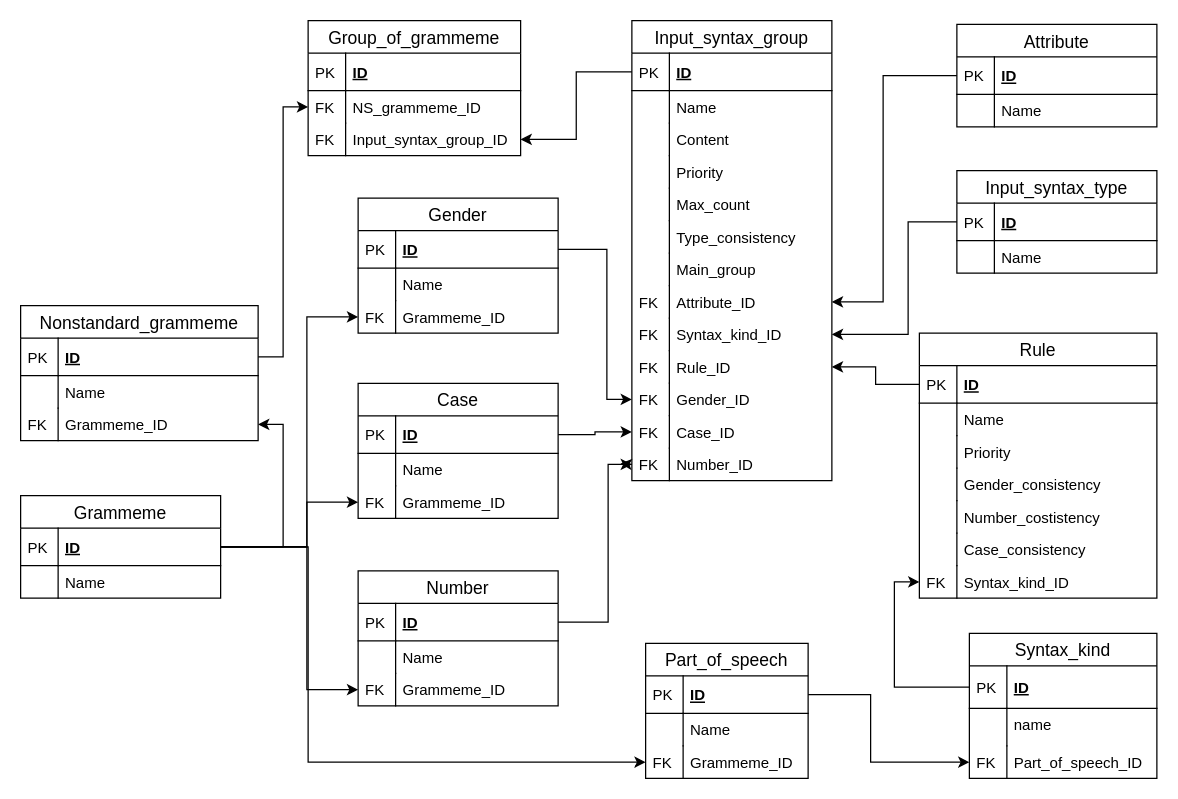
DMfananddu/Diploma keeps this draw.io diagram as Datalogical.drawio. Above is the earlier version. Source tidied: cells renumbered, new cells numbered last; positions are measured from the earlier drawing's top-left corner, leaving out a move shared by most shapes. Both pictures are drawn from the tidied source at 125%, with x=0, y=0 at pixel (20, 20).
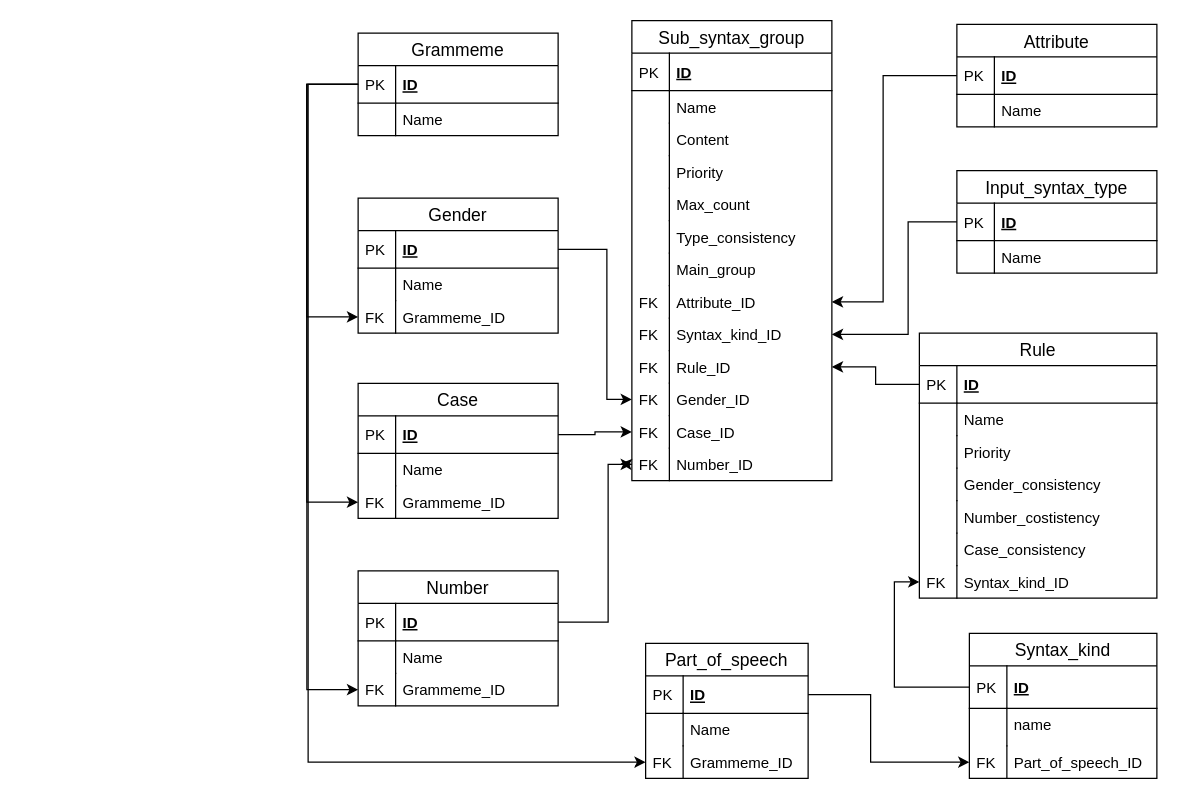
The same diagram, later.

Unchanged cells that the change refers to:
```xml
<mxCell id="19" value="ID" style="shape=partialRectangle;top=0;left=0;right=0;bottom=1;align=left;verticalAlign=middle;fillColor=none;spacingLeft=34;spacingRight=4;overflow=hidden;points=[[0,0.5],[1,0.5]];portConstraint=eastwest;fontStyle=5;fontSize=12;" parent="18" vertex="1">
  <mxGeometry y="26" width="160" height="30" as="geometry" />
</mxCell>
<mxCell id="60" value="Grammeme_ID" style="shape=partialRectangle;top=0;left=0;right=0;bottom=0;align=left;verticalAlign=top;fillColor=none;spacingLeft=34;spacingRight=4;overflow=hidden;points=[[0,0.5],[1,0.5]];portConstraint=eastwest;fontSize=12;" parent="55" vertex="1">
  <mxGeometry y="82" width="160" height="26" as="geometry" />
</mxCell>
<mxCell id="89" value="Grammeme_ID" style="shape=partialRectangle;top=0;left=0;right=0;bottom=0;align=left;verticalAlign=top;fillColor=none;spacingLeft=34;spacingRight=4;overflow=hidden;points=[[0,0.5],[1,0.5]];portConstraint=eastwest;fontSize=12;" parent="84" vertex="1">
  <mxGeometry y="82" width="160" height="26" as="geometry" />
</mxCell>
<mxCell id="96" value="Grammeme_ID" style="shape=partialRectangle;top=0;left=0;right=0;bottom=0;align=left;verticalAlign=top;fillColor=none;spacingLeft=34;spacingRight=4;overflow=hidden;points=[[0,0.5],[1,0.5]];portConstraint=eastwest;fontSize=12;" parent="91" vertex="1">
  <mxGeometry y="82" width="160" height="26" as="geometry" />
</mxCell>
<mxCell id="122" value="Grammeme_ID" style="shape=partialRectangle;top=0;left=0;right=0;bottom=0;align=left;verticalAlign=top;fillColor=none;spacingLeft=34;spacingRight=4;overflow=hidden;points=[[0,0.5],[1,0.5]];portConstraint=eastwest;fontSize=12;" parent="117" vertex="1">
  <mxGeometry y="82" width="130" height="26" as="geometry" />
</mxCell>
```

Change to the diagram source:
```diff
@@
-    <mxCell id="4" style="edgeStyle=orthogonalEdgeStyle;rounded=0;jettySize=auto;html=1;exitX=1;exitY=0.5;exitDx=0;exitDy=0;entryX=0;entryY=0.5;entryDx=0;entryDy=0;" parent="1" edge="1" source="106" target="96">
+    <mxCell id="4" style="edgeStyle=orthogonalEdgeStyle;rounded=0;jettySize=auto;html=1;exitX=0;exitY=0.5;exitDx=0;exitDy=0;entryX=0;entryY=0.5;entryDx=0;entryDy=0;" parent="1" edge="1" source="106" target="96">
       <mxGeometry relative="1" as="geometry">
         <Array as="points">
-          <mxPoint x="229" y="421.2" />
-          <mxPoint x="229" y="237.2" />
+          <mxPoint x="229" y="51" />
+          <mxPoint x="229" y="237" />
         </Array>
       </mxGeometry>
     </mxCell>
-    <mxCell id="5" style="edgeStyle=orthogonalEdgeStyle;rounded=0;jettySize=auto;html=1;exitX=1;exitY=0.5;exitDx=0;exitDy=0;entryX=0;entryY=0.5;entryDx=0;entryDy=0;" parent="1" edge="1" source="106" target="60">
+    <mxCell id="5" style="edgeStyle=orthogonalEdgeStyle;rounded=0;jettySize=auto;html=1;entryX=0;entryY=0.5;entryDx=0;entryDy=0;exitX=0;exitY=0.5;exitDx=0;exitDy=0;" parent="1" edge="1" source="106" target="60">
       <mxGeometry relative="1" as="geometry">
         <Array as="points">
-          <mxPoint x="229" y="421.2" />
-          <mxPoint x="229" y="385.2" />
+          <mxPoint x="229" y="51" />
+          <mxPoint x="229" y="385" />
         </Array>
       </mxGeometry>
     </mxCell>
-    <mxCell id="6" style="edgeStyle=orthogonalEdgeStyle;rounded=0;jettySize=auto;html=1;exitX=1;exitY=0.5;exitDx=0;exitDy=0;entryX=0;entryY=0.5;entryDx=0;entryDy=0;" parent="1" edge="1" source="106" target="89">
+    <mxCell id="6" style="edgeStyle=orthogonalEdgeStyle;rounded=0;jettySize=auto;html=1;entryX=0;entryY=0.5;entryDx=0;entryDy=0;exitX=0;exitY=0.5;exitDx=0;exitDy=0;" parent="1" edge="1" source="106" target="89">
       <mxGeometry relative="1" as="geometry">
         <Array as="points">
-          <mxPoint x="229" y="421.2" />
-          <mxPoint x="229" y="535.2" />
+          <mxPoint x="229" y="51" />
+          <mxPoint x="229" y="535" />
         </Array>
       </mxGeometry>
     </mxCell>
-    <mxCell id="7" style="edgeStyle=orthogonalEdgeStyle;rounded=0;jettySize=auto;html=1;exitX=1;exitY=0.5;exitDx=0;exitDy=0;entryX=1;entryY=0.5;entryDx=0;entryDy=0;" parent="1" edge="1" source="106" target="103">
-      <mxGeometry relative="1" as="geometry" />
-    </mxCell>
-    <mxCell id="8" style="edgeStyle=orthogonalEdgeStyle;rounded=0;jettySize=auto;html=1;exitX=1;exitY=0.5;exitDx=0;exitDy=0;entryX=0;entryY=0.5;entryDx=0;entryDy=0;" parent="1" edge="1" source="99" target="113">
-      <mxGeometry relative="1" as="geometry" />
-    </mxCell>
-    <mxCell id="9" style="edgeStyle=orthogonalEdgeStyle;rounded=0;jettySize=auto;html=1;exitX=1;exitY=0.5;exitDx=0;exitDy=0;entryX=0;entryY=0.5;entryDx=0;entryDy=0;" parent="1" edge="1" source="106" target="122">
+    <mxCell id="9" style="edgeStyle=orthogonalEdgeStyle;rounded=0;jettySize=auto;html=1;entryX=0;entryY=0.5;entryDx=0;entryDy=0;exitX=0;exitY=0.5;exitDx=0;exitDy=0;" parent="1" edge="1" source="106" target="122">
       <mxGeometry relative="1" as="geometry">
         <Array as="points">
-          <mxPoint x="230" y="421.2" />
-          <mxPoint x="230" y="593.2" />
+          <mxPoint x="230" y="51" />
+          <mxPoint x="230" y="593" />
         </Array>
       </mxGeometry>
     </mxCell>
@@
-    <mxCell id="17" style="edgeStyle=orthogonalEdgeStyle;rounded=0;jettySize=auto;html=1;exitX=0;exitY=0.5;exitDx=0;exitDy=0;entryX=1;entryY=0.5;entryDx=0;entryDy=0;" parent="1" edge="1" source="19" target="115">
-      <mxGeometry relative="1" as="geometry" />
-    </mxCell>
+    <mxCell id="105" value="Grammeme" style="swimlane;fontStyle=0;horizontal=1;startSize=26;align=center;fontSize=14;" parent="1" vertex="1">
+      <mxGeometry x="270" y="10" width="160" height="82" as="geometry" />
+    </mxCell>
+    <mxCell id="106" value="ID" style="shape=partialRectangle;top=0;left=0;right=0;bottom=1;align=left;verticalAlign=middle;fillColor=none;spacingLeft=34;spacingRight=4;overflow=hidden;points=[[0,0.5],[1,0.5]];portConstraint=eastwest;fontStyle=5;fontSize=12;" parent="105" vertex="1">
+      <mxGeometry y="26" width="160" height="30" as="geometry" />
+    </mxCell>
+    <mxCell id="107" value="PK" style="shape=partialRectangle;top=0;left=0;bottom=0;fillColor=none;align=left;verticalAlign=middle;spacingLeft=4;spacingRight=4;overflow=hidden;fontSize=12;" parent="106" vertex="1">
+      <mxGeometry width="30" height="30" as="geometry" />
+    </mxCell>
+    <mxCell id="108" value="Name" style="shape=partialRectangle;top=0;left=0;right=0;bottom=0;align=left;verticalAlign=top;fillColor=none;spacingLeft=34;spacingRight=4;overflow=hidden;fontSize=12;" parent="105" vertex="1">
+      <mxGeometry y="56" width="160" height="26" as="geometry" />
+    </mxCell>
+    <mxCell id="109" style="shape=partialRectangle;top=0;left=0;bottom=0;fillColor=none;align=left;verticalAlign=top;spacingLeft=4;spacingRight=4;overflow=hidden;fontSize=12;" parent="108" vertex="1">
+      <mxGeometry width="30" height="26" as="geometry" />
+    </mxCell>
-    <mxCell id="18" value="Input_syntax_group" style="swimlane;fontStyle=0;horizontal=1;startSize=26;align=center;fontSize=14;" parent="1" vertex="1">
+    <mxCell id="18" value="Sub_syntax_group" style="swimlane;fontStyle=0;horizontal=1;startSize=26;align=center;fontSize=14;" parent="1" vertex="1">
       <mxGeometry x="489" width="160" height="368" as="geometry" />
     </mxCell>
@@
-    <mxCell id="98" value="Nonstandard_grammeme" style="swimlane;fontStyle=0;horizontal=1;startSize=26;align=center;fontSize=14;" parent="1" vertex="1">
-      <mxGeometry y="228" width="190" height="108" as="geometry" />
-    </mxCell>
-    <mxCell id="99" value="ID" style="shape=partialRectangle;top=0;left=0;right=0;bottom=1;align=left;verticalAlign=middle;fillColor=none;spacingLeft=34;spacingRight=4;overflow=hidden;points=[[0,0.5],[1,0.5]];portConstraint=eastwest;fontStyle=5;fontSize=12;" parent="98" vertex="1">
-      <mxGeometry y="26" width="190" height="30" as="geometry" />
-    </mxCell>
-    <mxCell id="100" value="PK" style="shape=partialRectangle;top=0;left=0;bottom=0;fillColor=none;align=left;verticalAlign=middle;spacingLeft=4;spacingRight=4;overflow=hidden;fontSize=12;" parent="99" vertex="1">
-      <mxGeometry width="30" height="30" as="geometry" />
-    </mxCell>
-    <mxCell id="101" value="Name" style="shape=partialRectangle;top=0;left=0;right=0;bottom=0;align=left;verticalAlign=top;fillColor=none;spacingLeft=34;spacingRight=4;overflow=hidden;fontSize=12;" parent="98" vertex="1">
-      <mxGeometry y="56" width="190" height="26" as="geometry" />
-    </mxCell>
-    <mxCell id="102" style="shape=partialRectangle;top=0;left=0;bottom=0;fillColor=none;align=left;verticalAlign=top;spacingLeft=4;spacingRight=4;overflow=hidden;fontSize=12;" parent="101" vertex="1">
-      <mxGeometry width="30" height="26" as="geometry" />
-    </mxCell>
-    <mxCell id="103" value="Grammeme_ID" style="shape=partialRectangle;top=0;left=0;right=0;bottom=0;align=left;verticalAlign=top;fillColor=none;spacingLeft=34;spacingRight=4;overflow=hidden;points=[[0,0.5],[1,0.5]];portConstraint=eastwest;fontSize=12;" parent="98" vertex="1">
-      <mxGeometry y="82" width="190" height="26" as="geometry" />
-    </mxCell>
-    <mxCell id="104" value="FK" style="shape=partialRectangle;top=0;left=0;bottom=0;fillColor=none;align=left;verticalAlign=top;spacingLeft=4;spacingRight=4;overflow=hidden;fontSize=12;" parent="103" vertex="1">
-      <mxGeometry width="30" height="26" as="geometry" />
-    </mxCell>
-    <mxCell id="105" value="Grammeme" style="swimlane;fontStyle=0;horizontal=1;startSize=26;align=center;fontSize=14;" parent="1" vertex="1">
-      <mxGeometry y="380" width="160" height="82" as="geometry" />
-    </mxCell>
-    <mxCell id="106" value="ID" style="shape=partialRectangle;top=0;left=0;right=0;bottom=1;align=left;verticalAlign=middle;fillColor=none;spacingLeft=34;spacingRight=4;overflow=hidden;points=[[0,0.5],[1,0.5]];portConstraint=eastwest;fontStyle=5;fontSize=12;" parent="105" vertex="1">
-      <mxGeometry y="26" width="160" height="30" as="geometry" />
-    </mxCell>
-    <mxCell id="107" value="PK" style="shape=partialRectangle;top=0;left=0;bottom=0;fillColor=none;align=left;verticalAlign=middle;spacingLeft=4;spacingRight=4;overflow=hidden;fontSize=12;" parent="106" vertex="1">
-      <mxGeometry width="30" height="30" as="geometry" />
-    </mxCell>
-    <mxCell id="108" value="Name" style="shape=partialRectangle;top=0;left=0;right=0;bottom=0;align=left;verticalAlign=top;fillColor=none;spacingLeft=34;spacingRight=4;overflow=hidden;fontSize=12;" parent="105" vertex="1">
-      <mxGeometry y="56" width="160" height="26" as="geometry" />
-    </mxCell>
-    <mxCell id="109" style="shape=partialRectangle;top=0;left=0;bottom=0;fillColor=none;align=left;verticalAlign=top;spacingLeft=4;spacingRight=4;overflow=hidden;fontSize=12;" parent="108" vertex="1">
-      <mxGeometry width="30" height="26" as="geometry" />
-    </mxCell>
-    <mxCell id="110" value="Group_of_grammeme" style="swimlane;fontStyle=0;horizontal=1;startSize=26;align=center;fontSize=14;" parent="1" vertex="1">
-      <mxGeometry x="230" width="170" height="108" as="geometry" />
-    </mxCell>
-    <mxCell id="111" value="ID" style="shape=partialRectangle;top=0;left=0;right=0;bottom=1;align=left;verticalAlign=middle;fillColor=none;spacingLeft=34;spacingRight=4;overflow=hidden;fontStyle=5;fontSize=12;" parent="110" vertex="1">
-      <mxGeometry y="26" width="170" height="30" as="geometry" />
-    </mxCell>
-    <mxCell id="112" value="PK" style="shape=partialRectangle;top=0;left=0;bottom=0;fillColor=none;align=left;verticalAlign=middle;spacingLeft=4;spacingRight=4;overflow=hidden;fontSize=12;" parent="111" vertex="1">
-      <mxGeometry width="30" height="30" as="geometry" />
-    </mxCell>
-    <mxCell id="113" value="NS_grammeme_ID" style="shape=partialRectangle;top=0;left=0;right=0;bottom=0;align=left;verticalAlign=top;fillColor=none;spacingLeft=34;spacingRight=4;overflow=hidden;points=[[0,0.5],[1,0.5]];portConstraint=eastwest;fontSize=12;" parent="110" vertex="1">
-      <mxGeometry y="56" width="170" height="26" as="geometry" />
-    </mxCell>
-    <mxCell id="114" value="FK" style="shape=partialRectangle;top=0;left=0;bottom=0;fillColor=none;align=left;verticalAlign=top;spacingLeft=4;spacingRight=4;overflow=hidden;fontSize=12;" parent="113" vertex="1">
-      <mxGeometry width="30" height="26" as="geometry" />
-    </mxCell>
-    <mxCell id="115" value="Input_syntax_group_ID" style="shape=partialRectangle;top=0;left=0;right=0;bottom=0;align=left;verticalAlign=top;fillColor=none;spacingLeft=34;spacingRight=4;overflow=hidden;points=[[0,0.5],[1,0.5]];portConstraint=eastwest;fontSize=12;" parent="110" vertex="1">
-      <mxGeometry y="82" width="170" height="26" as="geometry" />
-    </mxCell>
-    <mxCell id="116" value="FK" style="shape=partialRectangle;top=0;left=0;bottom=0;fillColor=none;align=left;verticalAlign=top;spacingLeft=4;spacingRight=4;overflow=hidden;fontSize=12;" parent="115" vertex="1">
-      <mxGeometry width="30" height="26" as="geometry" />
-    </mxCell>
```
